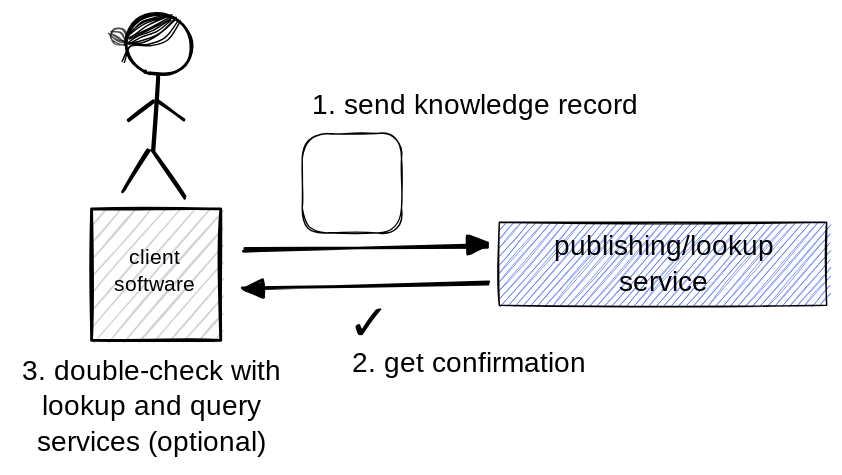
This is images/publishing.svg from tkuhn/knowledge-space, a Excalidraw export, as it was before one commit. Source tidied: one line per element, renumbered; positions are measured from the earlier drawing's top-left corner, leaving out a move shared by most shapes.
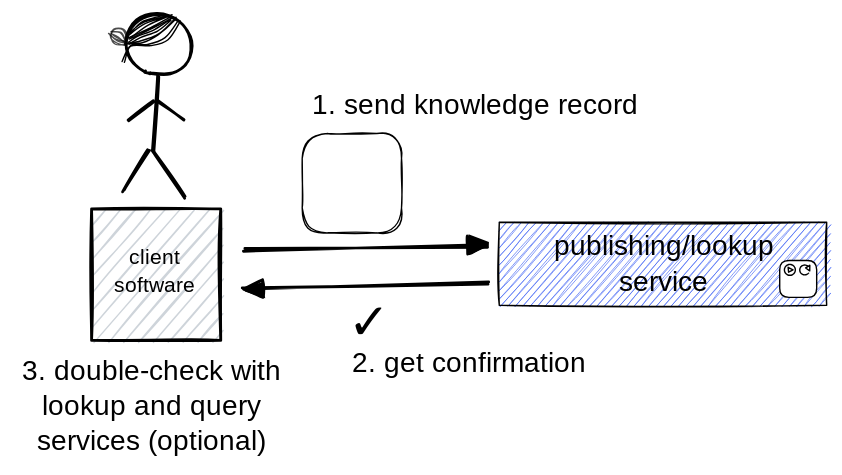
The same file after the commit.

The edit, as a diff of the source:
```diff
@@ -26,3 +26,9 @@
 {"id": 25, "type": "text", "text": "publishing/lookup\nservice", "strokeColor": "#000000", "backgroundColor": "#228be6", "fillStyle": "solid", "strokeWidth": 1, "roughness": 1, "fontSize": 20, "fontFamily": 1, "textAlign": "center", "x": 387, "y": 154, "width": 154, "height": 52}
 {"id": 26, "type": "rectangle", "strokeColor": "#000000", "backgroundColor": "#ffffff", "fillStyle": "solid", "strokeWidth": 1, "roughness": 1, "round": true, "x": 206, "y": 85, "width": 71, "height": 71}
 {"id": 27, "type": "text", "text": "✓", "strokeColor": "#000000", "backgroundColor": "#000", "fillStyle": "hachure", "strokeWidth": 1, "roughness": 1, "fontSize": 36, "fontFamily": 1, "x": 238, "y": 200, "width": 27, "height": 46}
+{"id": 28, "type": "rectangle", "strokeColor": "#000000", "backgroundColor": "#ffffff", "fillStyle": "solid", "strokeWidth": 1, "roughness": 0, "round": true, "x": 547, "y": 176, "width": 26, "height": 26}
+{"id": 29, "type": "ellipse", "strokeColor": "#000000", "backgroundColor": "#fff", "fillStyle": "solid", "strokeWidth": 1, "roughness": 0, "x": 550, "y": 179, "width": 8, "height": 8}
+{"id": 30, "type": "line", "strokeColor": "#000000", "backgroundColor": "#fff", "fillStyle": "solid", "strokeWidth": 1, "roughness": 0, "x": 553, "y": 181, "width": 4, "height": 4, "points": [[0, 0], [0, 4], [4, 2], [0, 0]]}
+{"id": 31, "type": "ellipse", "strokeColor": "#000000", "strokeWidth": 1, "roughness": 0, "x": 561, "y": 179, "width": 7, "height": 7}
+{"id": 32, "type": "ellipse", "strokeColor": "transparent", "backgroundColor": "#ffffff", "fillStyle": "solid", "strokeWidth": 1, "roughness": 0, "x": 567, "y": 181, "width": 4, "height": 4}
+{"id": 33, "type": "line", "strokeColor": "#000000", "angle": 1.11, "backgroundColor": "#fff", "fillStyle": "solid", "strokeWidth": 1, "roughness": 0, "x": 566, "y": 180, "width": 4, "height": 4, "points": [[0, 0], [0, 4], [4, 2], [0, 0]]}
```
